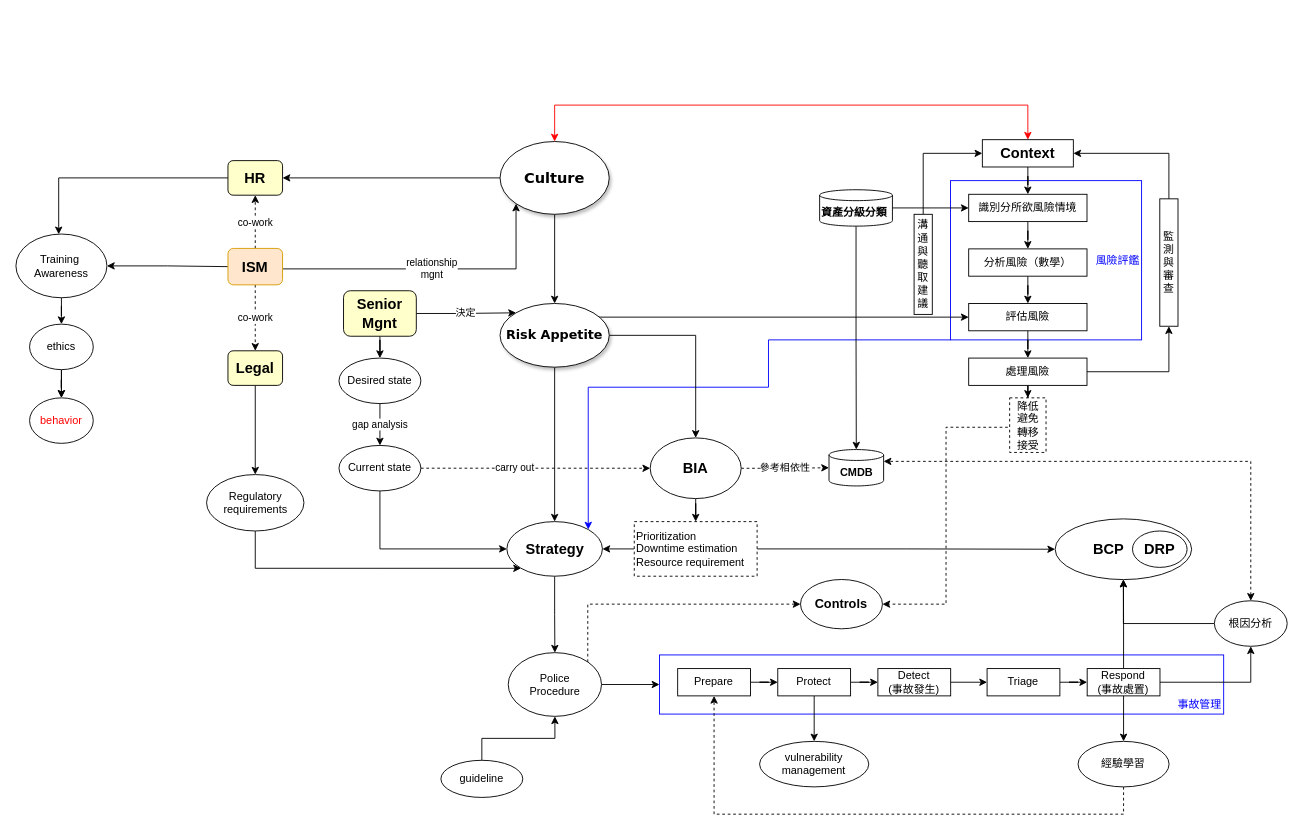
Above: Untitled Diagram.drawio in digipenguin/machinelearn-ndu (draw.io), before the change. Source tidied: cells renumbered, new cells numbered last; positions are measured from the earlier drawing's top-left corner, leaving out a move shared by most shapes. Both pictures are drawn from the tidied source at 91%, with x=0, y=0 at pixel (15, 105).
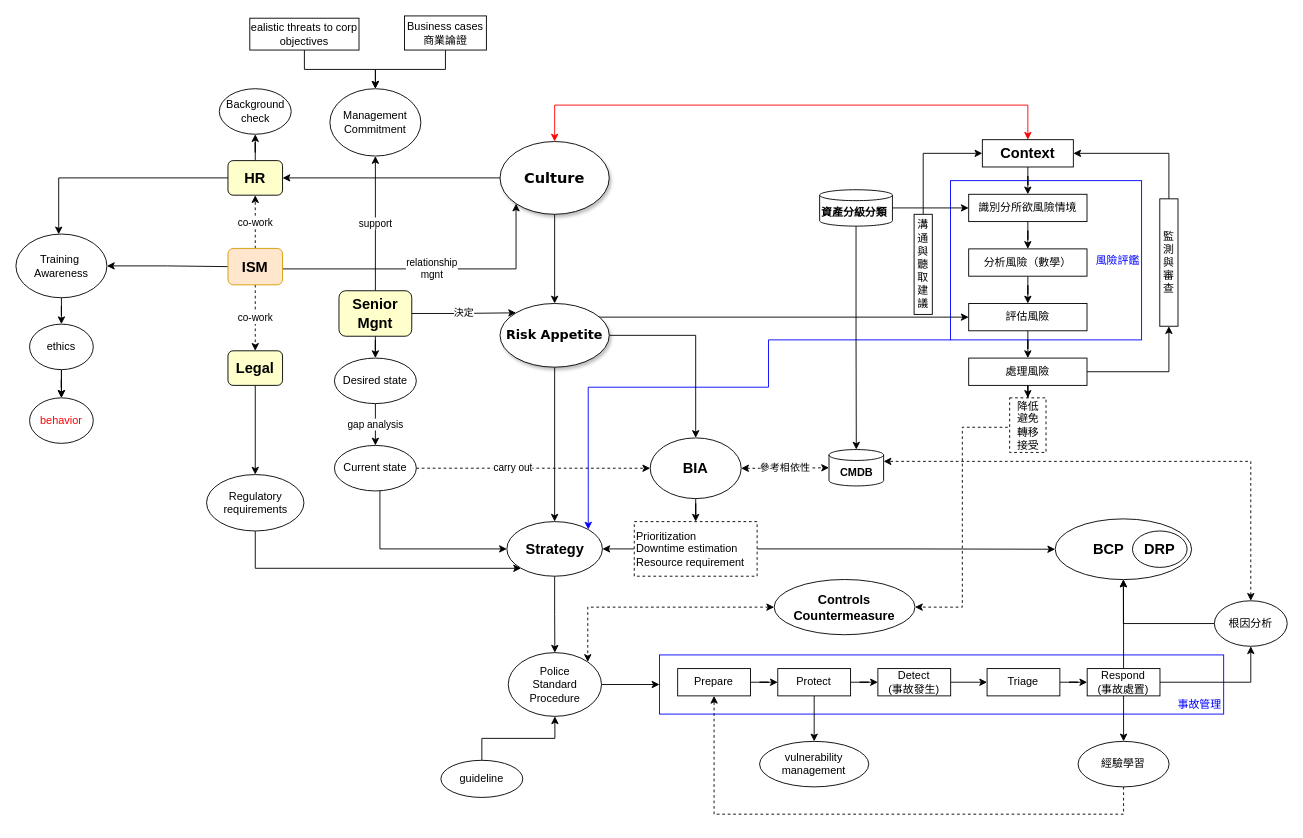
After the change.

The change refers to these unchanged cells:
```xml
<mxCell id="29" value="&lt;b&gt;&lt;font style=&quot;font-size: 16px&quot;&gt;HR&lt;/font&gt;&lt;/b&gt;" style="rounded=1;whiteSpace=wrap;html=1;fillColor=#FFFFCC;" parent="1" vertex="1">
  <mxGeometry x="233" y="61" width="60" height="38" as="geometry" />
</mxCell>
<mxCell id="61" value="&lt;font style=&quot;font-size: 16px&quot;&gt;&lt;b&gt;BIA&lt;/b&gt;&lt;/font&gt;" style="ellipse;whiteSpace=wrap;html=1;strokeColor=#000000;fillColor=#FFFFFF;" parent="1" vertex="1">
  <mxGeometry x="697" y="365.7" width="100" height="66.7" as="geometry" />
</mxCell>
<mxCell id="64" value="&lt;b&gt;CMDB&lt;/b&gt;" style="shape=cylinder3;whiteSpace=wrap;html=1;boundedLbl=1;backgroundOutline=1;size=6;fillColor=#FFFFFF;" parent="1" vertex="1">
  <mxGeometry x="893.5" y="378.5" width="60" height="40" as="geometry" />
</mxCell>
```

What changed in the source:
```diff
@@
-    <mxCell id="16" value="Police&lt;br&gt;Procedure" style="ellipse;whiteSpace=wrap;html=1;" parent="1" vertex="1">
+    <mxCell id="16" value="Police&lt;br&gt;Standard&lt;br&gt;Procedure" style="ellipse;whiteSpace=wrap;html=1;" parent="1" vertex="1">
       <mxGeometry x="541" y="601.7" width="102.5" height="70" as="geometry" />
     </mxCell>
@@
+    <mxCell id="94" style="edgeStyle=orthogonalEdgeStyle;rounded=0;jettySize=auto;html=1;startArrow=none;startFill=0;endArrow=classic;endFill=1;" parent="1" edge="1" source="29" target="101">
+      <mxGeometry relative="1" as="geometry" />
+    </mxCell>
@@
-    <mxCell id="59" value="參考相依性" style="edgeStyle=orthogonalEdgeStyle;rounded=0;jettySize=auto;html=1;startArrow=none;startFill=0;endArrow=classic;endFill=1;dashed=1;align=center;" parent="1" edge="1" source="61" target="64">
+    <mxCell id="59" value="參考相依性" style="edgeStyle=orthogonalEdgeStyle;rounded=0;jettySize=auto;html=1;startArrow=classic;startFill=1;endArrow=classic;endFill=1;dashed=1;align=center;" parent="1" edge="1" source="61" target="64">
       <mxGeometry relative="1" as="geometry" />
     </mxCell>
@@
     <mxCell id="75" value="Current state" style="ellipse;whiteSpace=wrap;html=1;strokeColor=#000000;fillColor=#FFFFFF;" parent="1" vertex="1">
-      <mxGeometry x="355" y="374" width="90" height="50" as="geometry" />
+      <mxGeometry x="350" y="374" width="90" height="50" as="geometry" />
     </mxCell>
@@
     <mxCell id="77" value="Desired state" style="ellipse;whiteSpace=wrap;html=1;strokeColor=#000000;fillColor=#FFFFFF;" parent="1" vertex="1">
-      <mxGeometry x="355" y="278" width="90" height="50" as="geometry" />
+      <mxGeometry x="350" y="278" width="90" height="50" as="geometry" />
     </mxCell>
@@
+    <mxCell id="95" value="support" style="edgeStyle=orthogonalEdgeStyle;rounded=0;jettySize=auto;html=1;entryX=0.5;entryY=1;entryDx=0;entryDy=0;" parent="1" edge="1" source="85" target="96">
+      <mxGeometry relative="1" as="geometry" />
+    </mxCell>
     <mxCell id="85" value="&lt;span style=&quot;font-size: 16px&quot;&gt;&lt;b&gt;Senior&lt;br&gt;Mgnt&lt;br&gt;&lt;/b&gt;&lt;/span&gt;" style="rounded=1;whiteSpace=wrap;html=1;fillColor=#FFFFCC;" parent="1" vertex="1">
-      <mxGeometry x="360" y="204" width="80" height="50" as="geometry" />
+      <mxGeometry x="355" y="204" width="80" height="50" as="geometry" />
     </mxCell>
@@
-    <mxCell id="87" style="edgeStyle=orthogonalEdgeStyle;rounded=0;jettySize=auto;html=1;entryX=1;entryY=0;entryDx=0;entryDy=0;startArrow=classic;startFill=1;endArrow=none;endFill=0;dashed=1;" parent="1" edge="1" source="88" target="16">
+    <mxCell id="87" style="edgeStyle=orthogonalEdgeStyle;rounded=0;jettySize=auto;html=1;entryX=1;entryY=0;entryDx=0;entryDy=0;startArrow=classic;startFill=1;endArrow=classic;endFill=1;dashed=1;" parent="1" edge="1" source="88" target="16">
       <mxGeometry relative="1" as="geometry" />
     </mxCell>
-    <mxCell id="88" value="&lt;b&gt;&lt;font style=&quot;font-size: 14px&quot;&gt;Controls&lt;/font&gt;&lt;/b&gt;" style="ellipse;whiteSpace=wrap;html=1;strokeColor=#000000;fillColor=none;gradientColor=none;" parent="1" vertex="1">
-      <mxGeometry x="862.2" y="521.3" width="90" height="54.2" as="geometry" />
+    <mxCell id="88" value="&lt;b&gt;&lt;font style=&quot;font-size: 14px&quot;&gt;Controls&lt;br&gt;Countermeasure&lt;br&gt;&lt;/font&gt;&lt;/b&gt;" style="ellipse;whiteSpace=wrap;html=1;strokeColor=#000000;fillColor=none;gradientColor=none;" parent="1" vertex="1">
+      <mxGeometry x="833.2" y="521.3" width="154.8" height="60.7" as="geometry" />
     </mxCell>
@@
+    <mxCell id="96" value="Management&lt;br&gt;Commitment" style="ellipse;whiteSpace=wrap;html=1;" parent="1" vertex="1">
+      <mxGeometry x="345" y="-18" width="100" height="74" as="geometry" />
+    </mxCell>
+    <mxCell id="97" style="edgeStyle=orthogonalEdgeStyle;rounded=0;jettySize=auto;html=1;entryX=0.5;entryY=0;entryDx=0;entryDy=0;" parent="1" edge="1" source="98" target="96">
+      <mxGeometry relative="1" as="geometry" />
+    </mxCell>
+    <mxCell id="98" value="&lt;span&gt;ealistic threats to corp objectives&lt;/span&gt;" style="rounded=0;whiteSpace=wrap;html=1;" parent="1" vertex="1">
+      <mxGeometry x="257" y="-95.5" width="120" height="35" as="geometry" />
+    </mxCell>
+    <mxCell id="99" style="edgeStyle=orthogonalEdgeStyle;rounded=0;jettySize=auto;html=1;entryX=0.5;entryY=0;entryDx=0;entryDy=0;" parent="1" edge="1" source="100" target="96">
+      <mxGeometry relative="1" as="geometry" />
+    </mxCell>
+    <mxCell id="100" value="Business cases&lt;br&gt;商業論證" style="rounded=0;whiteSpace=wrap;html=1;" parent="1" vertex="1">
+      <mxGeometry x="427" y="-98" width="90" height="37.5" as="geometry" />
+    </mxCell>
+    <mxCell id="101" value="Background&lt;br&gt;check" style="ellipse;whiteSpace=wrap;html=1;" parent="1" vertex="1">
+      <mxGeometry x="223.5" y="-18" width="79" height="50" as="geometry" />
+    </mxCell>
```
